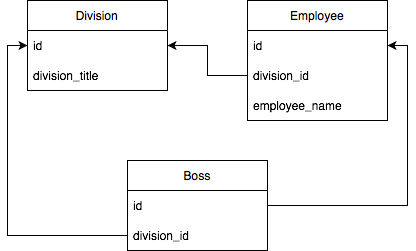
This is scheme_employees.png from juliauzbemb/Db_Creation, a draw.io export, as it was before one commit. Source tidied: cells renumbered, new cells last; positions are measured from the earlier drawing's top-left corner, leaving out a move shared by most shapes. The source it was exported from:
```xml
<mxGraphModel>
  <root>
    <mxCell id="0" />
    <mxCell id="1" parent="0" />
    <mxCell id="2" value="Employee" style="swimlane;fontStyle=0;horizontal=1;startSize=30;" parent="1" vertex="1">
      <mxGeometry x="220" width="140" height="120" as="geometry" />
    </mxCell>
    <mxCell id="3" value="id" style="text;strokeColor=none;fillColor=none;align=left;verticalAlign=middle;spacingLeft=4;spacingRight=4;overflow=hidden;points=[[0,0.5],[1,0.5]];portConstraint=eastwest;" parent="2" vertex="1">
      <mxGeometry y="30" width="140" height="30" as="geometry" />
    </mxCell>
    <mxCell id="4" value="division_id" style="text;strokeColor=none;fillColor=none;align=left;verticalAlign=middle;spacingLeft=4;spacingRight=4;overflow=hidden;points=[[0,0.5],[1,0.5]];portConstraint=eastwest;" parent="2" vertex="1">
      <mxGeometry y="60" width="140" height="30" as="geometry" />
    </mxCell>
    <mxCell id="5" value="employee_name" style="text;strokeColor=none;fillColor=none;align=left;verticalAlign=middle;spacingLeft=4;spacingRight=4;overflow=hidden;" parent="2" vertex="1">
      <mxGeometry y="90" width="140" height="30" as="geometry" />
    </mxCell>
    <mxCell id="6" value="Division" style="swimlane;fontStyle=0;horizontal=1;startSize=30;" parent="1" vertex="1">
      <mxGeometry width="140" height="90" as="geometry" />
    </mxCell>
    <mxCell id="7" value="id" style="text;strokeColor=none;fillColor=none;align=left;verticalAlign=middle;spacingLeft=4;spacingRight=4;overflow=hidden;points=[[0,0.5],[1,0.5]];portConstraint=eastwest;" parent="6" vertex="1">
      <mxGeometry y="30" width="140" height="30" as="geometry" />
    </mxCell>
    <mxCell id="8" value="division_title" style="text;strokeColor=none;fillColor=none;align=left;verticalAlign=middle;spacingLeft=4;spacingRight=4;overflow=hidden;" parent="6" vertex="1">
      <mxGeometry y="60" width="140" height="30" as="geometry" />
    </mxCell>
    <mxCell id="9" value="Boss" style="swimlane;fontStyle=0;horizontal=1;startSize=30;" parent="1" vertex="1">
      <mxGeometry x="100" y="160" width="140" height="90" as="geometry" />
    </mxCell>
    <mxCell id="10" value="id" style="text;strokeColor=none;fillColor=none;align=left;verticalAlign=middle;spacingLeft=4;spacingRight=4;overflow=hidden;points=[[0,0.5],[1,0.5]];portConstraint=eastwest;" parent="9" vertex="1">
      <mxGeometry y="30" width="140" height="30" as="geometry" />
    </mxCell>
    <mxCell id="11" value="division_id" style="text;strokeColor=none;fillColor=none;align=left;verticalAlign=middle;spacingLeft=4;spacingRight=4;overflow=hidden;points=[[0,0.5],[1,0.5]];portConstraint=eastwest;" parent="9" vertex="1">
      <mxGeometry y="60" width="140" height="30" as="geometry" />
    </mxCell>
    <mxCell id="12" style="edgeStyle=orthogonalEdgeStyle;rounded=0;jettySize=auto;html=1;exitX=0;exitY=0.5;exitDx=0;exitDy=0;entryX=1;entryY=0.5;entryDx=0;entryDy=0;endArrow=classic;endFill=1;" parent="1" edge="1" source="4" target="7">
      <mxGeometry relative="1" as="geometry" />
    </mxCell>
    <mxCell id="13" style="edgeStyle=orthogonalEdgeStyle;rounded=0;jettySize=auto;html=1;exitX=1;exitY=0.5;exitDx=0;exitDy=0;entryX=1;entryY=0.5;entryDx=0;entryDy=0;endArrow=classic;endFill=1;" parent="1" edge="1" source="10" target="3">
      <mxGeometry relative="1" as="geometry" />
    </mxCell>
    <mxCell id="14" style="edgeStyle=orthogonalEdgeStyle;rounded=0;jettySize=auto;html=1;exitX=0;exitY=0.5;exitDx=0;exitDy=0;entryX=0;entryY=0.5;entryDx=0;entryDy=0;endArrow=classic;endFill=1;" parent="1" edge="1" source="11" target="7">
      <mxGeometry relative="1" as="geometry" />
    </mxCell>
  </root>
</mxGraphModel>
```
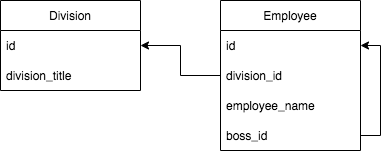
After the commit.

What changed in the source:
```diff
@@ -3,7 +3,7 @@
     <mxCell id="0" />
     <mxCell id="1" parent="0" />
     <mxCell id="2" value="Employee" style="swimlane;fontStyle=0;horizontal=1;startSize=30;" parent="1" vertex="1">
-      <mxGeometry x="220" width="140" height="120" as="geometry" />
+      <mxGeometry x="220" width="140" height="150" as="geometry" />
     </mxCell>
     <mxCell id="3" value="id" style="text;strokeColor=none;fillColor=none;align=left;verticalAlign=middle;spacingLeft=4;spacingRight=4;overflow=hidden;points=[[0,0.5],[1,0.5]];portConstraint=eastwest;" parent="2" vertex="1">
       <mxGeometry y="30" width="140" height="30" as="geometry" />
@@ -14,6 +14,12 @@
     <mxCell id="5" value="employee_name" style="text;strokeColor=none;fillColor=none;align=left;verticalAlign=middle;spacingLeft=4;spacingRight=4;overflow=hidden;" parent="2" vertex="1">
       <mxGeometry y="90" width="140" height="30" as="geometry" />
     </mxCell>
+    <mxCell id="15" style="edgeStyle=orthogonalEdgeStyle;rounded=0;jettySize=auto;html=1;exitX=1;exitY=0.5;exitDx=0;exitDy=0;entryX=1;entryY=0.5;entryDx=0;entryDy=0;" parent="2" edge="1" source="16" target="3">
+      <mxGeometry relative="1" as="geometry" />
+    </mxCell>
+    <mxCell id="16" value="boss_id" style="text;strokeColor=none;fillColor=none;align=left;verticalAlign=middle;spacingLeft=4;spacingRight=4;overflow=hidden;points=[[0,0.5],[1,0.5]];portConstraint=eastwest;" parent="2" vertex="1">
+      <mxGeometry y="120" width="140" height="30" as="geometry" />
+    </mxCell>
     <mxCell id="6" value="Division" style="swimlane;fontStyle=0;horizontal=1;startSize=30;" parent="1" vertex="1">
       <mxGeometry width="140" height="90" as="geometry" />
     </mxCell>
@@ -23,23 +29,8 @@
     <mxCell id="8" value="division_title" style="text;strokeColor=none;fillColor=none;align=left;verticalAlign=middle;spacingLeft=4;spacingRight=4;overflow=hidden;" parent="6" vertex="1">
       <mxGeometry y="60" width="140" height="30" as="geometry" />
     </mxCell>
-    <mxCell id="9" value="Boss" style="swimlane;fontStyle=0;horizontal=1;startSize=30;" parent="1" vertex="1">
-      <mxGeometry x="100" y="160" width="140" height="90" as="geometry" />
-    </mxCell>
-    <mxCell id="10" value="id" style="text;strokeColor=none;fillColor=none;align=left;verticalAlign=middle;spacingLeft=4;spacingRight=4;overflow=hidden;points=[[0,0.5],[1,0.5]];portConstraint=eastwest;" parent="9" vertex="1">
-      <mxGeometry y="30" width="140" height="30" as="geometry" />
-    </mxCell>
-    <mxCell id="11" value="division_id" style="text;strokeColor=none;fillColor=none;align=left;verticalAlign=middle;spacingLeft=4;spacingRight=4;overflow=hidden;points=[[0,0.5],[1,0.5]];portConstraint=eastwest;" parent="9" vertex="1">
-      <mxGeometry y="60" width="140" height="30" as="geometry" />
-    </mxCell>
     <mxCell id="12" style="edgeStyle=orthogonalEdgeStyle;rounded=0;jettySize=auto;html=1;exitX=0;exitY=0.5;exitDx=0;exitDy=0;entryX=1;entryY=0.5;entryDx=0;entryDy=0;endArrow=classic;endFill=1;" parent="1" edge="1" source="4" target="7">
       <mxGeometry relative="1" as="geometry" />
     </mxCell>
-    <mxCell id="13" style="edgeStyle=orthogonalEdgeStyle;rounded=0;jettySize=auto;html=1;exitX=1;exitY=0.5;exitDx=0;exitDy=0;entryX=1;entryY=0.5;entryDx=0;entryDy=0;endArrow=classic;endFill=1;" parent="1" edge="1" source="10" target="3">
-      <mxGeometry relative="1" as="geometry" />
-    </mxCell>
-    <mxCell id="14" style="edgeStyle=orthogonalEdgeStyle;rounded=0;jettySize=auto;html=1;exitX=0;exitY=0.5;exitDx=0;exitDy=0;entryX=0;entryY=0.5;entryDx=0;entryDy=0;endArrow=classic;endFill=1;" parent="1" edge="1" source="11" target="7">
-      <mxGeometry relative="1" as="geometry" />
-    </mxCell>
   </root>
 </mxGraphModel>
```
